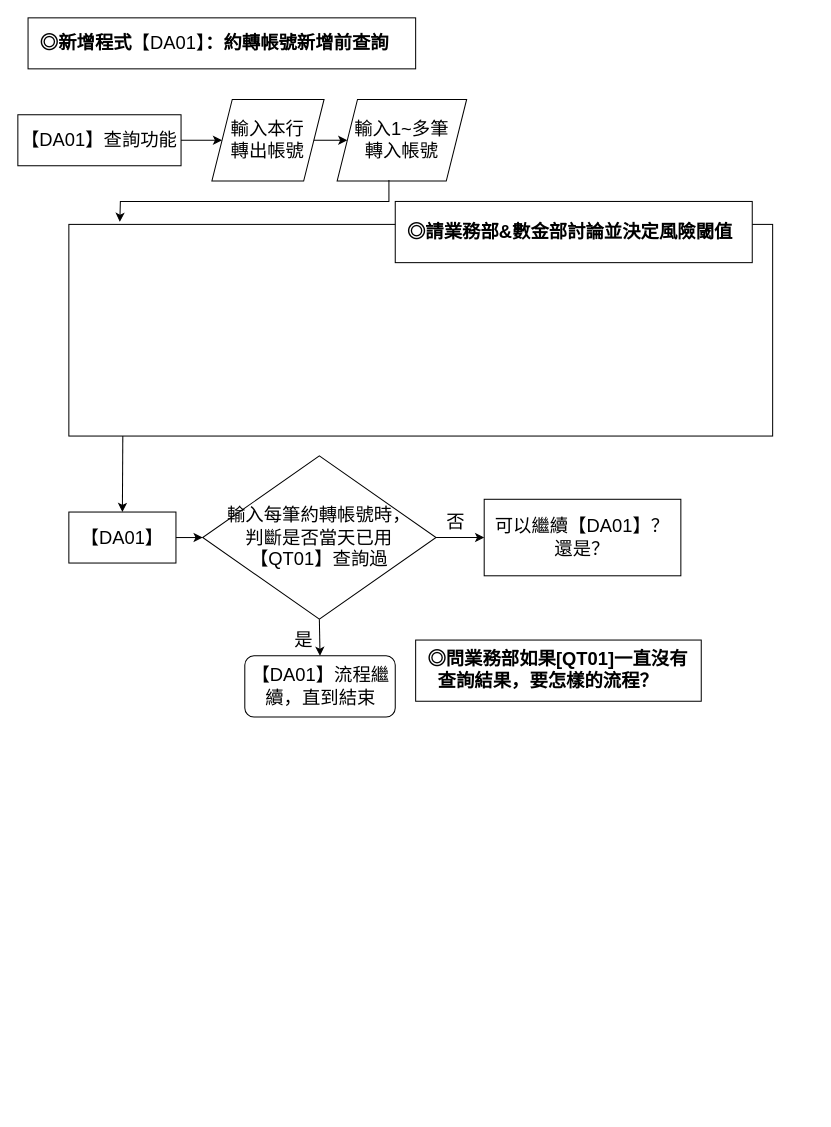
The draw.io diagram page "查詢(新版)for業務部" (8 of 10) of 約轉灰名單架構.drawio in yeahyeah0606/yeahyeah0606.github.io, before the edit. Source tidied: cells renumbered, new cells numbered last; positions are measured from the earlier drawing's top-left corner, leaving out a move shared by most shapes. Both pictures are drawn from the tidied source at 102%, with x=0, y=0 at pixel (17, 17).
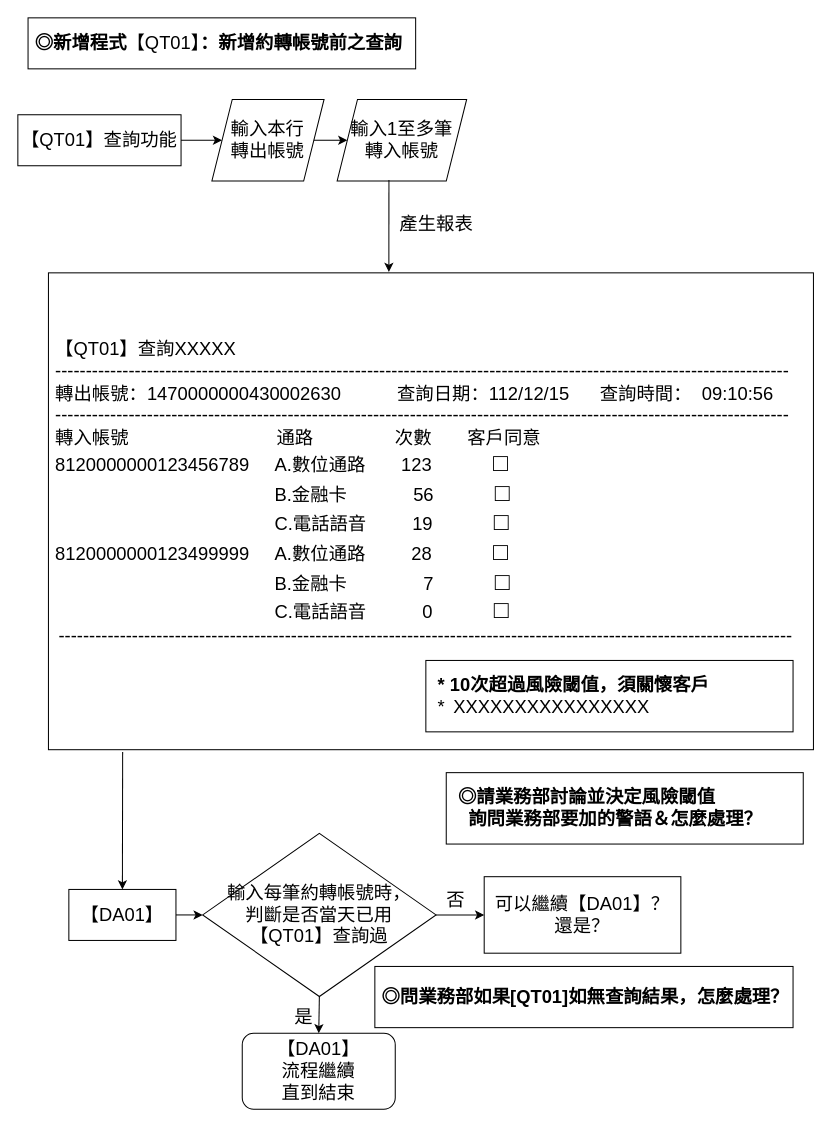
The same page after the edit.

The edit, as a diff of the source:
```diff
@@
-    <mxCell id="2" value="&lt;font style=&quot;font-size: 18px;&quot;&gt;【DA01】查詢功能&lt;/font&gt;" style="rounded=0;whiteSpace=wrap;html=1;" parent="1" vertex="1">
+    <mxCell id="2" value="&lt;font style=&quot;font-size: 18px;&quot;&gt;【QT01】查詢功能&lt;/font&gt;" style="rounded=0;whiteSpace=wrap;html=1;" parent="1" vertex="1">
       <mxGeometry y="95" width="160" height="50" as="geometry" />
     </mxCell>
-    <mxCell id="3" value="&lt;font style=&quot;font-size: 18px;&quot;&gt;輸入1~多筆&lt;br&gt;轉入帳號&lt;br&gt;&lt;/font&gt;" style="shape=parallelogram;perimeter=parallelogramPerimeter;whiteSpace=wrap;html=1;fixedSize=1;" parent="1" vertex="1">
+    <mxCell id="3" value="&lt;font style=&quot;font-size: 18px;&quot;&gt;輸入1至多筆&lt;br&gt;轉入帳號&lt;br&gt;&lt;/font&gt;" style="shape=parallelogram;perimeter=parallelogramPerimeter;whiteSpace=wrap;html=1;fixedSize=1;" parent="1" vertex="1">
       <mxGeometry x="313" y="80" width="127" height="80" as="geometry" />
     </mxCell>
@@
-    <mxCell id="5" value="&lt;font style=&quot;font-size: 18px;&quot;&gt;&lt;br&gt;&lt;/font&gt;" style="rounded=0;whiteSpace=wrap;html=1;align=left;" parent="1" vertex="1">
-      <mxGeometry x="50" y="202.5" width="690" height="207.5" as="geometry" />
+    <mxCell id="5" value="&lt;font style=&quot;font-size: 18px;&quot;&gt;&amp;nbsp;【QT01】查詢XXXXX&lt;br&gt;&amp;nbsp;------------------------------------------------------------------------------------------------------------------------&lt;br&gt;&amp;nbsp;轉出帳號：1470000000430002630&amp;nbsp; &amp;nbsp; &amp;nbsp; &amp;nbsp; &amp;nbsp; &amp;nbsp;查詢日期：112/12/15&amp;nbsp; &amp;nbsp; &amp;nbsp; 查詢時間：&amp;nbsp; 09:10:56&lt;br&gt;&amp;nbsp;------------------------------------------------------------------------------------------------------------------------&lt;br&gt;&amp;nbsp;轉入帳號&amp;nbsp; &amp;nbsp; &amp;nbsp; &amp;nbsp; &amp;nbsp; &amp;nbsp; &amp;nbsp; &amp;nbsp; &amp;nbsp; &amp;nbsp; &amp;nbsp; &amp;nbsp; &amp;nbsp; &amp;nbsp; &amp;nbsp;通路&amp;nbsp; &amp;nbsp; &amp;nbsp; &amp;nbsp; &amp;nbsp; &amp;nbsp; &amp;nbsp; &amp;nbsp; 次數&amp;nbsp; &amp;nbsp; &amp;nbsp; &amp;nbsp;客戶同意&amp;nbsp;&lt;br&gt;&amp;nbsp;8120000000123456789&amp;nbsp; &amp;nbsp; &amp;nbsp;A.數位通路&amp;nbsp; &amp;nbsp; &amp;nbsp; &amp;nbsp;123&amp;nbsp; &amp;nbsp; &amp;nbsp; &amp;nbsp; &amp;nbsp; &amp;nbsp; &lt;/font&gt;&lt;font style=&quot;&quot;&gt;&lt;font style=&quot;font-size: 24px;&quot;&gt;□&lt;/font&gt;&lt;br&gt;&lt;span style=&quot;font-size: 18px;&quot;&gt;&amp;nbsp; &amp;nbsp; &amp;nbsp; &amp;nbsp; &amp;nbsp; &amp;nbsp; &amp;nbsp; &amp;nbsp; &amp;nbsp; &amp;nbsp; &amp;nbsp; &amp;nbsp; &amp;nbsp; &amp;nbsp; &amp;nbsp; &amp;nbsp; &amp;nbsp; &amp;nbsp; &amp;nbsp; &amp;nbsp; &amp;nbsp; &amp;nbsp; B.金融卡&amp;nbsp; &amp;nbsp; &amp;nbsp; &amp;nbsp; &amp;nbsp; &amp;nbsp; &amp;nbsp;56&amp;nbsp; &amp;nbsp; &amp;nbsp; &amp;nbsp; &amp;nbsp; &amp;nbsp;&amp;nbsp;&lt;/span&gt;&lt;font style=&quot;font-size: 24px;&quot;&gt;□&lt;/font&gt;&lt;br&gt;&lt;span style=&quot;font-size: 18px;&quot;&gt;&amp;nbsp; &amp;nbsp; &amp;nbsp; &amp;nbsp; &amp;nbsp; &amp;nbsp; &amp;nbsp; &amp;nbsp; &amp;nbsp; &amp;nbsp; &amp;nbsp; &amp;nbsp; &amp;nbsp; &amp;nbsp; &amp;nbsp; &amp;nbsp; &amp;nbsp; &amp;nbsp; &amp;nbsp; &amp;nbsp; &amp;nbsp; &amp;nbsp; C.電話語音&amp;nbsp; &amp;nbsp; &amp;nbsp; &amp;nbsp; &amp;nbsp;19&amp;nbsp; &amp;nbsp; &amp;nbsp; &amp;nbsp; &amp;nbsp; &amp;nbsp;&amp;nbsp;&lt;/span&gt;&lt;font style=&quot;font-size: 24px;&quot;&gt;□&lt;br&gt;&lt;/font&gt;&lt;font style=&quot;border-color: var(--border-color); font-size: 18px;&quot;&gt;&amp;nbsp;8120000000123499999&amp;nbsp; &amp;nbsp; &amp;nbsp;A.數位通路&amp;nbsp; &amp;nbsp; &amp;nbsp; &amp;nbsp; &amp;nbsp;28&amp;nbsp; &amp;nbsp; &amp;nbsp; &amp;nbsp; &amp;nbsp; &amp;nbsp;&amp;nbsp;&lt;/font&gt;&lt;font style=&quot;border-color: var(--border-color);&quot;&gt;&lt;font style=&quot;border-color: var(--border-color); font-size: 24px;&quot;&gt;□&lt;/font&gt;&lt;br style=&quot;border-color: var(--border-color);&quot;&gt;&amp;nbsp; &amp;nbsp; &amp;nbsp; &amp;nbsp; &amp;nbsp; &amp;nbsp; &amp;nbsp; &amp;nbsp; &amp;nbsp; &amp;nbsp; &amp;nbsp; &amp;nbsp; &amp;nbsp; &amp;nbsp; &amp;nbsp; &amp;nbsp; &amp;nbsp; &amp;nbsp; &amp;nbsp; &amp;nbsp; &amp;nbsp; &amp;nbsp; &amp;nbsp; &amp;nbsp; &amp;nbsp; &amp;nbsp; &amp;nbsp; &amp;nbsp; &amp;nbsp; &amp;nbsp; &amp;nbsp; &amp;nbsp; &amp;nbsp; &lt;font style=&quot;&quot;&gt;&lt;span style=&quot;font-size: 18px;&quot;&gt;B.金融卡&amp;nbsp; &amp;nbsp; &amp;nbsp; &amp;nbsp; &amp;nbsp; &amp;nbsp; &amp;nbsp; &amp;nbsp;7&amp;nbsp; &amp;nbsp; &amp;nbsp; &amp;nbsp; &amp;nbsp; &amp;nbsp;&amp;nbsp;&lt;/span&gt;&lt;font style=&quot;border-color: var(--border-color); font-size: 24px;&quot;&gt;□&lt;/font&gt;&lt;/font&gt;&lt;br style=&quot;border-color: var(--border-color);&quot;&gt;&lt;span style=&quot;border-color: var(--border-color); font-size: 18px;&quot;&gt;&amp;nbsp; &amp;nbsp; &amp;nbsp; &amp;nbsp; &amp;nbsp; &amp;nbsp; &amp;nbsp; &amp;nbsp; &amp;nbsp; &amp;nbsp; &amp;nbsp; &amp;nbsp; &amp;nbsp; &amp;nbsp; &amp;nbsp; &amp;nbsp; &amp;nbsp; &amp;nbsp; &amp;nbsp; &amp;nbsp; &amp;nbsp; &amp;nbsp; C.電話語音&amp;nbsp; &amp;nbsp; &amp;nbsp; &amp;nbsp; &amp;nbsp; &amp;nbsp;0&amp;nbsp; &amp;nbsp; &amp;nbsp; &amp;nbsp; &amp;nbsp; &amp;nbsp;&amp;nbsp;&lt;/span&gt;&lt;font style=&quot;border-color: var(--border-color); font-size: 24px;&quot;&gt;□&lt;/font&gt;&lt;/font&gt;&lt;br&gt;&amp;nbsp;&lt;span style=&quot;font-size: 18px;&quot;&gt;&amp;nbsp;------------------------------------------------------------------------------------------------------------------------&lt;/span&gt;&lt;span style=&quot;font-size: 18px;&quot;&gt;&lt;br&gt;&amp;nbsp; &amp;nbsp;&lt;/span&gt;&lt;br&gt;&amp;nbsp; &amp;nbsp;&lt;br&gt;&lt;/font&gt;" style="rounded=0;whiteSpace=wrap;html=1;align=left;" parent="1" vertex="1">
+      <mxGeometry x="30" y="250" width="750" height="467.5" as="geometry" />
     </mxCell>
-    <mxCell id="6" value="&lt;font style=&quot;&quot;&gt;&lt;b style=&quot;font-size: 18px;&quot;&gt;&amp;nbsp; ◎請&lt;/b&gt;&lt;b&gt;&lt;font style=&quot;font-size: 18px;&quot;&gt;業務部&amp;amp;數金部討論並決定風險閾值&lt;/font&gt;&lt;/b&gt;&lt;br&gt;&lt;/font&gt;" style="rounded=0;whiteSpace=wrap;html=1;align=left;" parent="1" vertex="1">
-      <mxGeometry x="370" y="180" width="350" height="60" as="geometry" />
+    <mxCell id="6" value="&lt;font style=&quot;&quot;&gt;&lt;b style=&quot;font-size: 18px;&quot;&gt;&amp;nbsp; ◎請&lt;/b&gt;&lt;b&gt;&lt;font style=&quot;font-size: 18px;&quot;&gt;業務部討論並決定風險閾值&lt;br&gt;&lt;/font&gt;&lt;/b&gt;&amp;nbsp; &amp;nbsp; &amp;nbsp; &lt;b&gt;&lt;font style=&quot;font-size: 18px;&quot;&gt;詢問&lt;/font&gt;&lt;font style=&quot;font-size: 18px;&quot;&gt;業務部要加的警語＆怎麼處理&lt;/font&gt;&lt;/b&gt;&lt;font style=&quot;font-size: 18px;&quot;&gt;&lt;b&gt;？&lt;/b&gt;&lt;/font&gt;&lt;br style=&quot;border-color: var(--border-color); font-size: 18px; text-align: center;&quot;&gt;&lt;/font&gt;" style="rounded=0;whiteSpace=wrap;html=1;align=left;" parent="1" vertex="1">
+      <mxGeometry x="420" y="740" width="350" height="70" as="geometry" />
     </mxCell>
     <mxCell id="7" value="&lt;span style=&quot;font-size: 18px;&quot;&gt;【DA01】&lt;/span&gt;" style="rounded=0;whiteSpace=wrap;html=1;" parent="1" vertex="1">
-      <mxGeometry x="50" y="484.5" width="105" height="50" as="geometry" />
+      <mxGeometry x="50" y="854.5" width="105" height="50" as="geometry" />
     </mxCell>
     <mxCell id="8" value="&lt;font style=&quot;font-size: 18px;&quot;&gt;輸入每筆約轉帳號時，&lt;br style=&quot;border-color: var(--border-color);&quot;&gt;判斷是否當天已用&lt;br style=&quot;border-color: var(--border-color);&quot;&gt;【QT01】查詢過&lt;/font&gt;" style="rhombus;whiteSpace=wrap;html=1;" parent="1" vertex="1">
-      <mxGeometry x="181.2" y="429.5" width="228.8" height="160" as="geometry" />
+      <mxGeometry x="181.2" y="799.5" width="228.8" height="160" as="geometry" />
     </mxCell>
-    <mxCell id="9" value="&lt;font style=&quot;font-size: 18px;&quot;&gt;&lt;font style=&quot;&quot;&gt;【DA01】&lt;/font&gt;流程繼續，直到結束&lt;/font&gt;" style="rounded=1;whiteSpace=wrap;html=1;" parent="1" vertex="1">
-      <mxGeometry x="222.5" y="625.5" width="147.5" height="60" as="geometry" />
+    <mxCell id="9" value="&lt;font style=&quot;font-size: 18px;&quot;&gt;&lt;font style=&quot;&quot;&gt;【DA01】&lt;br&gt;&lt;/font&gt;流程繼續&lt;br&gt;直到結束&lt;/font&gt;" style="rounded=1;whiteSpace=wrap;html=1;" parent="1" vertex="1">
+      <mxGeometry x="220" y="995.5" width="150" height="74.5" as="geometry" />
     </mxCell>
@@
-    <mxCell id="12" style="endArrow=classic;html=1;rounded=0;exitX=0.093;exitY=1.002;exitDx=0;exitDy=0;exitPerimeter=0;entryX=0.5;entryY=0;entryDx=0;entryDy=0;" parent="1" edge="1" target="7">
-      <mxGeometry relative="1" as="geometry">
-        <mxPoint x="102.9" y="410" as="sourcePoint" />
-      </mxGeometry>
+    <mxCell id="12" style="endArrow=classic;html=1;rounded=0;exitX=0.097;exitY=1.005;exitDx=0;exitDy=0;exitPerimeter=0;entryX=0.5;entryY=0;entryDx=0;entryDy=0;" parent="1" edge="1" source="5" target="7">
+      <mxGeometry relative="1" as="geometry" />
     </mxCell>
     <mxCell id="13" value="&lt;font style=&quot;font-size: 18px;&quot;&gt;是&lt;/font&gt;" style="text;html=1;align=center;verticalAlign=middle;strokeColor=none;fillColor=none;" parent="1" vertex="1">
-      <mxGeometry x="260" y="589.5" width="40" height="40" as="geometry" />
+      <mxGeometry x="260" y="959.5" width="40" height="40" as="geometry" />
     </mxCell>
     <mxCell id="14" value="&lt;font style=&quot;font-size: 18px;&quot;&gt;可以繼續【DA01】？&lt;br&gt;還是？&lt;/font&gt;" style="rounded=0;whiteSpace=wrap;html=1;" parent="1" vertex="1">
-      <mxGeometry x="457.2" y="472" width="192.8" height="75" as="geometry" />
+      <mxGeometry x="457.2" y="842" width="192.8" height="75" as="geometry" />
     </mxCell>
@@
     <mxCell id="16" value="&lt;font style=&quot;font-size: 18px;&quot;&gt;否&lt;/font&gt;" style="text;html=1;align=center;verticalAlign=middle;strokeColor=none;fillColor=none;" parent="1" vertex="1">
-      <mxGeometry x="408.8" y="475" width="40" height="40" as="geometry" />
+      <mxGeometry x="408.8" y="845" width="40" height="40" as="geometry" />
     </mxCell>
-    <mxCell id="17" value="&lt;font style=&quot;&quot;&gt;&lt;b style=&quot;font-size: 18px;&quot;&gt;&amp;nbsp; ◎問&lt;/b&gt;&lt;b&gt;&lt;font style=&quot;font-size: 18px;&quot;&gt;業務部如果[QT01]一直沒有&lt;br&gt;&amp;nbsp; &amp;nbsp; 查詢結果，要怎樣的流程？&lt;/font&gt;&lt;/b&gt;&lt;br&gt;&lt;/font&gt;" style="rounded=0;whiteSpace=wrap;html=1;align=left;" parent="1" vertex="1">
-      <mxGeometry x="390" y="610" width="280" height="60" as="geometry" />
+    <mxCell id="17" value="&lt;font style=&quot;&quot;&gt;&lt;b style=&quot;font-size: 18px;&quot;&gt;&amp;nbsp;◎問&lt;/b&gt;&lt;b&gt;&lt;font style=&quot;font-size: 18px;&quot;&gt;業務部如果[QT01]如無查詢結果，怎麼處理？&lt;/font&gt;&lt;/b&gt;&lt;br&gt;&lt;/font&gt;" style="rounded=0;whiteSpace=wrap;html=1;align=left;" parent="1" vertex="1">
+      <mxGeometry x="350" y="930" width="410" height="60" as="geometry" />
     </mxCell>
-    <mxCell id="18" value="&lt;font style=&quot;&quot;&gt;&lt;b style=&quot;font-size: 18px;&quot;&gt;&amp;nbsp; &lt;/b&gt;&lt;font style=&quot;font-size: 18px;&quot;&gt;&lt;b style=&quot;&quot;&gt;◎新增程式&lt;/b&gt;【DA01】&lt;b style=&quot;&quot;&gt;：約轉帳號新增前查詢&lt;/b&gt;&lt;/font&gt;&lt;br&gt;&lt;/font&gt;" style="rounded=0;whiteSpace=wrap;html=1;align=left;" parent="1" vertex="1">
+    <mxCell id="18" value="&lt;font style=&quot;&quot;&gt;&lt;b style=&quot;font-size: 18px;&quot;&gt;&amp;nbsp;&lt;/b&gt;&lt;font style=&quot;font-size: 18px;&quot;&gt;&lt;b style=&quot;&quot;&gt;◎新增程式&lt;/b&gt;【QT01】&lt;b style=&quot;&quot;&gt;：&lt;/b&gt;&lt;b style=&quot;border-color: var(--border-color);&quot;&gt;新增&lt;/b&gt;&lt;b style=&quot;&quot;&gt;約轉帳號前之查詢&lt;/b&gt;&lt;/font&gt;&lt;br&gt;&lt;/font&gt;" style="rounded=0;whiteSpace=wrap;html=1;align=left;" parent="1" vertex="1">
       <mxGeometry x="10" width="380" height="50" as="geometry" />
     </mxCell>
@@
-    <mxCell id="21" style="endArrow=classic;html=1;rounded=0;edgeStyle=orthogonalEdgeStyle;exitX=0.4;exitY=0.988;exitDx=0;exitDy=0;exitPerimeter=0;" parent="1" edge="1" source="3">
-      <mxGeometry relative="1" as="geometry">
-        <mxPoint x="100" y="200" as="targetPoint" />
-      </mxGeometry>
+    <mxCell id="21" style="endArrow=classic;html=1;rounded=0;edgeStyle=orthogonalEdgeStyle;exitX=0.4;exitY=0.988;exitDx=0;exitDy=0;exitPerimeter=0;entryX=0.445;entryY=-0.002;entryDx=0;entryDy=0;entryPerimeter=0;" parent="1" edge="1" source="3" target="5">
+      <mxGeometry relative="1" as="geometry" />
     </mxCell>
+    <mxCell id="22" value="&lt;font style=&quot;&quot;&gt;&lt;b style=&quot;font-size: 18px;&quot;&gt;&amp;nbsp; * 10次超過風險&lt;/b&gt;&lt;b style=&quot;border-color: var(--border-color);&quot;&gt;&lt;font style=&quot;border-color: var(--border-color); font-size: 18px;&quot;&gt;閾&lt;/font&gt;&lt;/b&gt;&lt;b style=&quot;font-size: 18px;&quot;&gt;值，須關懷客戶&lt;br&gt;&lt;/b&gt;&amp;nbsp; &amp;nbsp;&lt;font style=&quot;font-size: 18px;&quot;&gt;*&amp;nbsp;&lt;/font&gt;&amp;nbsp;&lt;font style=&quot;font-size: 18px;&quot;&gt;XXXXXXXXXXXXXXXX&lt;/font&gt;&lt;br&gt;&lt;/font&gt;" style="rounded=0;whiteSpace=wrap;html=1;align=left;" parent="1" vertex="1">
+      <mxGeometry x="400" y="630" width="360" height="70" as="geometry" />
+    </mxCell>
+    <mxCell id="23" value="&lt;span style=&quot;font-size: 18px;&quot;&gt;產生報表&lt;/span&gt;" style="text;html=1;align=center;verticalAlign=middle;strokeColor=none;fillColor=none;" parent="1" vertex="1">
+      <mxGeometry x="360" y="182" width="100" height="40" as="geometry" />
+    </mxCell>
```
